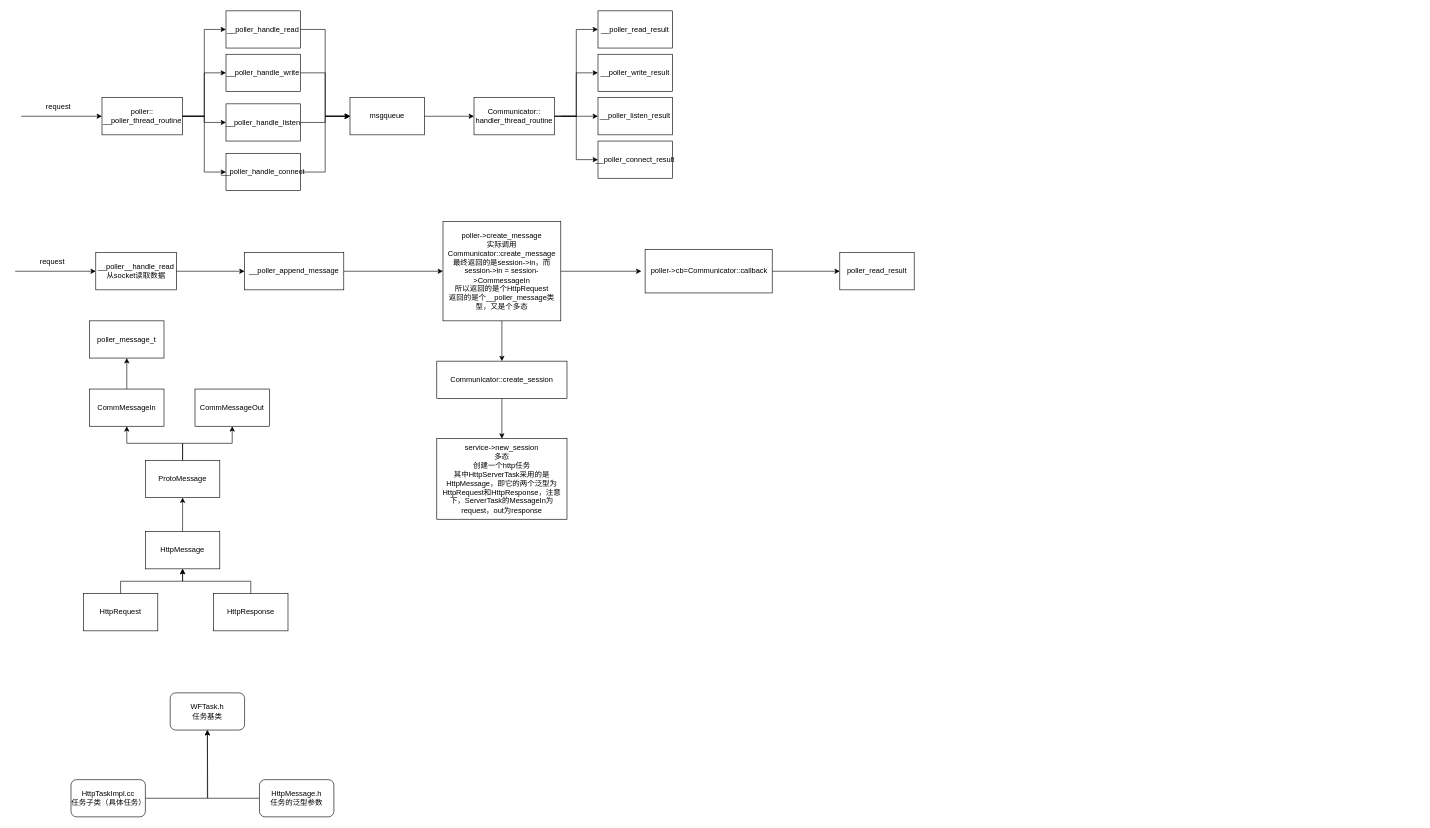
Before: page "Page-3" (3 of 3) of Untitled Diagram.drawio in doudou215/regret_q_learning, a draw.io diagram. Source tidied: cells renumbered, new cells numbered last; positions are measured from the earlier drawing's top-left corner, leaving out a move shared by most shapes. Both pictures are drawn from the tidied source at 62%, with x=0, y=0 at pixel (15, 11).
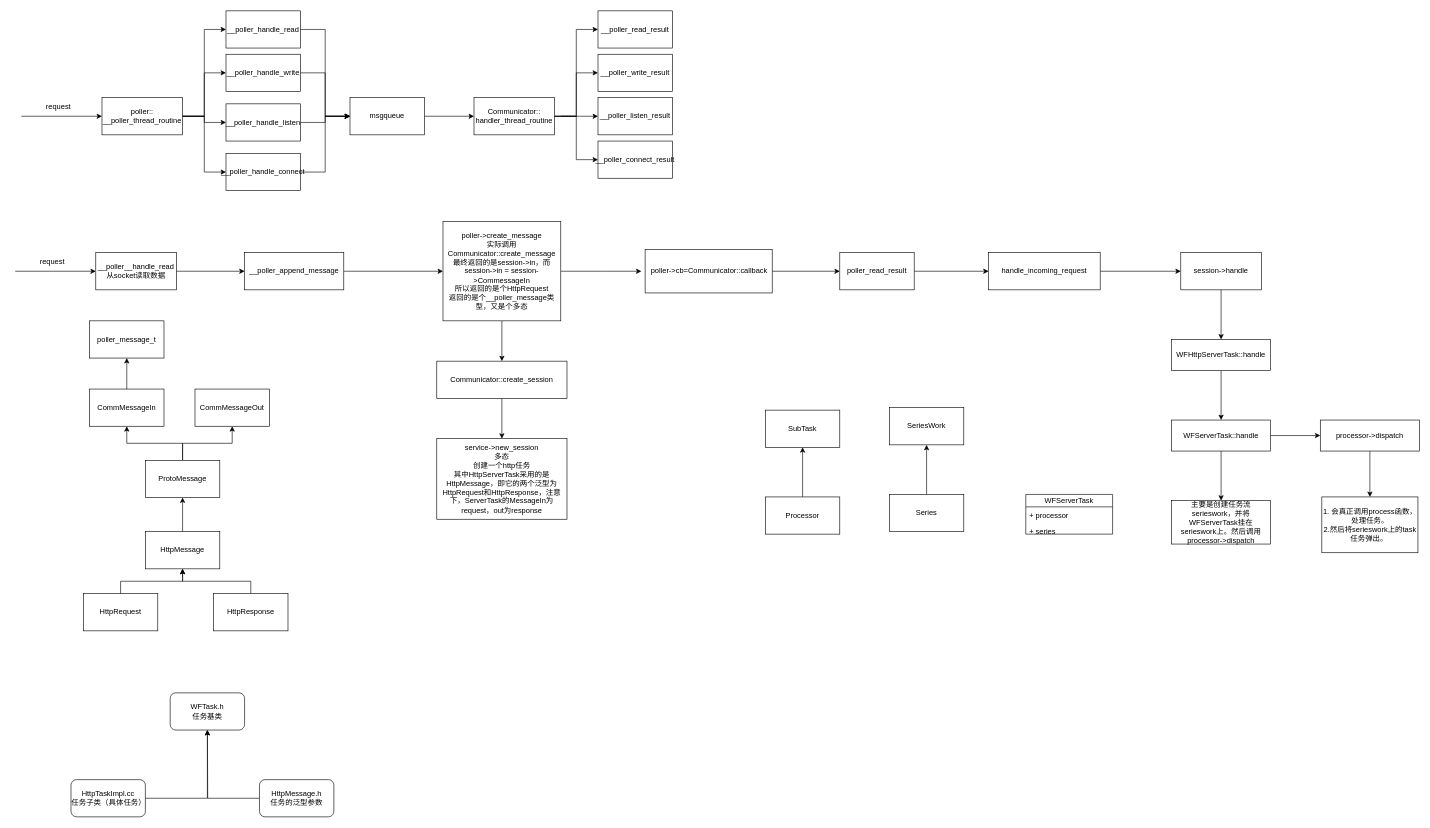
The same page after the edit.

Unchanged cells that the change refers to:
```xml
<mxCell id="55" value="poller_read_result" style="rounded=0;whiteSpace=wrap;html=1;" parent="1" vertex="1">
  <mxGeometry x="1330" y="390" width="120" height="60" as="geometry" />
</mxCell>
```

Change to the diagram source:
```diff
@@
+    <mxCell id="61" style="edgeStyle=orthogonalEdgeStyle;rounded=0;jettySize=auto;html=1;" parent="1" edge="1" source="55" target="63">
+      <mxGeometry relative="1" as="geometry" />
+    </mxCell>
@@
+    <mxCell id="62" style="edgeStyle=orthogonalEdgeStyle;rounded=0;jettySize=auto;html=1;entryX=0;entryY=0.5;entryDx=0;entryDy=0;" parent="1" edge="1" source="63" target="65">
+      <mxGeometry relative="1" as="geometry" />
+    </mxCell>
+    <mxCell id="63" value="handle_incoming_request" style="rounded=0;whiteSpace=wrap;html=1;" parent="1" vertex="1">
+      <mxGeometry x="1570" y="390" width="180" height="60" as="geometry" />
+    </mxCell>
+    <mxCell id="64" style="edgeStyle=orthogonalEdgeStyle;rounded=0;jettySize=auto;html=1;" parent="1" edge="1" source="65" target="67">
+      <mxGeometry relative="1" as="geometry" />
+    </mxCell>
+    <mxCell id="65" value="session-&amp;gt;handle" style="rounded=0;whiteSpace=wrap;html=1;" parent="1" vertex="1">
+      <mxGeometry x="1880" y="390" width="130" height="60" as="geometry" />
+    </mxCell>
+    <mxCell id="66" style="edgeStyle=orthogonalEdgeStyle;rounded=0;jettySize=auto;html=1;" parent="1" edge="1" source="67" target="70">
+      <mxGeometry relative="1" as="geometry" />
+    </mxCell>
+    <mxCell id="67" value="WFHttpServerTask::handle" style="rounded=0;whiteSpace=wrap;html=1;" parent="1" vertex="1">
+      <mxGeometry x="1865" y="530" width="160" height="50" as="geometry" />
+    </mxCell>
+    <mxCell id="68" style="edgeStyle=orthogonalEdgeStyle;rounded=0;jettySize=auto;html=1;" parent="1" edge="1" source="70" target="80">
+      <mxGeometry relative="1" as="geometry" />
+    </mxCell>
+    <mxCell id="69" style="edgeStyle=orthogonalEdgeStyle;rounded=0;jettySize=auto;html=1;" parent="1" edge="1" source="70" target="82">
+      <mxGeometry relative="1" as="geometry" />
+    </mxCell>
+    <mxCell id="70" value="WFServerTask::handle" style="rounded=0;whiteSpace=wrap;html=1;" parent="1" vertex="1">
+      <mxGeometry x="1865" y="660" width="160" height="50" as="geometry" />
+    </mxCell>
+    <mxCell id="71" value="WFServerTask" style="swimlane;fontStyle=0;horizontal=1;startSize=20;fillColor=none;" parent="1" vertex="1">
+      <mxGeometry x="1630" y="780" width="140" height="64" as="geometry" />
+    </mxCell>
+    <mxCell id="72" value="+ processor" style="text;strokeColor=none;fillColor=none;align=left;verticalAlign=top;spacingLeft=4;spacingRight=4;overflow=hidden;" parent="71" vertex="1">
+      <mxGeometry y="20" width="140" height="26" as="geometry" />
+    </mxCell>
+    <mxCell id="73" value="+ series " style="text;strokeColor=none;fillColor=none;align=left;verticalAlign=top;spacingLeft=4;spacingRight=4;overflow=hidden;" parent="71" vertex="1">
+      <mxGeometry y="46" width="140" height="18" as="geometry" />
+    </mxCell>
+    <mxCell id="74" style="edgeStyle=orthogonalEdgeStyle;rounded=0;jettySize=auto;html=1;" parent="1" edge="1" source="75" target="79">
+      <mxGeometry relative="1" as="geometry" />
+    </mxCell>
+    <mxCell id="75" value="Processor" style="rounded=0;whiteSpace=wrap;html=1;" parent="1" vertex="1">
+      <mxGeometry x="1210" y="784" width="120" height="60" as="geometry" />
+    </mxCell>
+    <mxCell id="76" style="edgeStyle=orthogonalEdgeStyle;rounded=0;jettySize=auto;html=1;" parent="1" edge="1" source="77" target="78">
+      <mxGeometry relative="1" as="geometry" />
+    </mxCell>
+    <mxCell id="77" value="Series" style="rounded=0;whiteSpace=wrap;html=1;" parent="1" vertex="1">
+      <mxGeometry x="1410" y="780" width="120" height="60" as="geometry" />
+    </mxCell>
+    <mxCell id="78" value="SeriesWork" style="rounded=0;whiteSpace=wrap;html=1;" parent="1" vertex="1">
+      <mxGeometry x="1410" y="640" width="120" height="60" as="geometry" />
+    </mxCell>
+    <mxCell id="79" value="SubTask" style="rounded=0;whiteSpace=wrap;html=1;" parent="1" vertex="1">
+      <mxGeometry x="1210" y="644" width="120" height="60" as="geometry" />
+    </mxCell>
+    <mxCell id="80" value="主要是创建任务流serieswork，并将WFServerTask挂在serieswork上。然后调用processor-&amp;gt;dispatch" style="rounded=0;whiteSpace=wrap;html=1;" parent="1" vertex="1">
+      <mxGeometry x="1865" y="790" width="160" height="70" as="geometry" />
+    </mxCell>
+    <mxCell id="81" style="edgeStyle=orthogonalEdgeStyle;rounded=0;jettySize=auto;html=1;" parent="1" edge="1" source="82" target="83">
+      <mxGeometry relative="1" as="geometry" />
+    </mxCell>
+    <mxCell id="82" value="processor-&amp;gt;dispatch" style="rounded=0;whiteSpace=wrap;html=1;" parent="1" vertex="1">
+      <mxGeometry x="2105" y="660" width="160" height="50" as="geometry" />
+    </mxCell>
+    <mxCell id="83" value="1. 会真正调用process函数，处理任务。&lt;br&gt;2.然后将serieswork上的task任务弹出。&amp;nbsp;" style="rounded=0;whiteSpace=wrap;html=1;" parent="1" vertex="1">
+      <mxGeometry x="2107.5" y="784" width="155" height="90" as="geometry" />
+    </mxCell>
```
